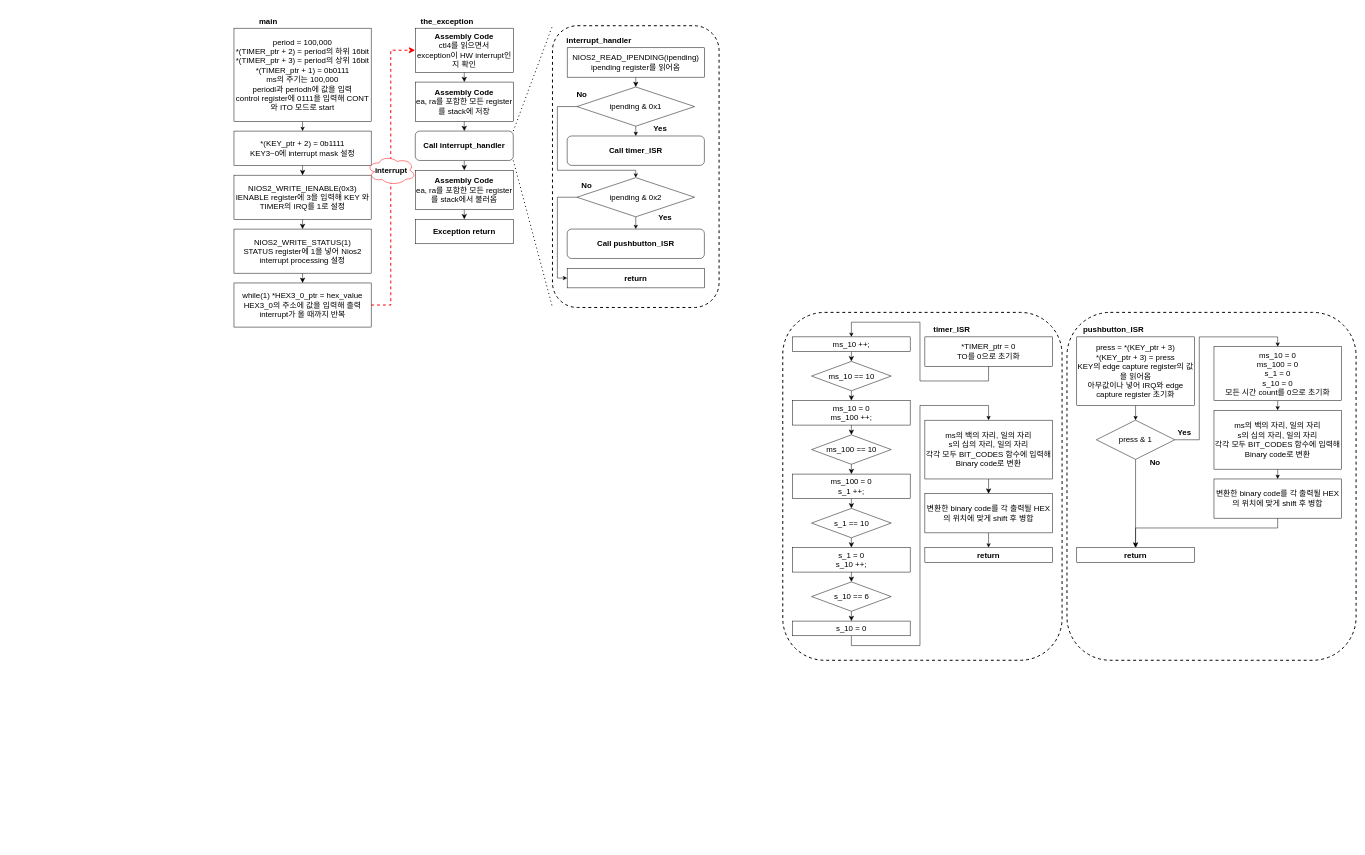
The draw.io diagram Lab7_prob.drawio in oerreo/HD_draw, before the edit. Source tidied: cells renumbered, new cells numbered last; positions are measured from the earlier drawing's top-left corner, leaving out a move shared by most shapes. Both pictures are drawn from the tidied source at 49%, with x=0, y=0 at pixel (234, 13).
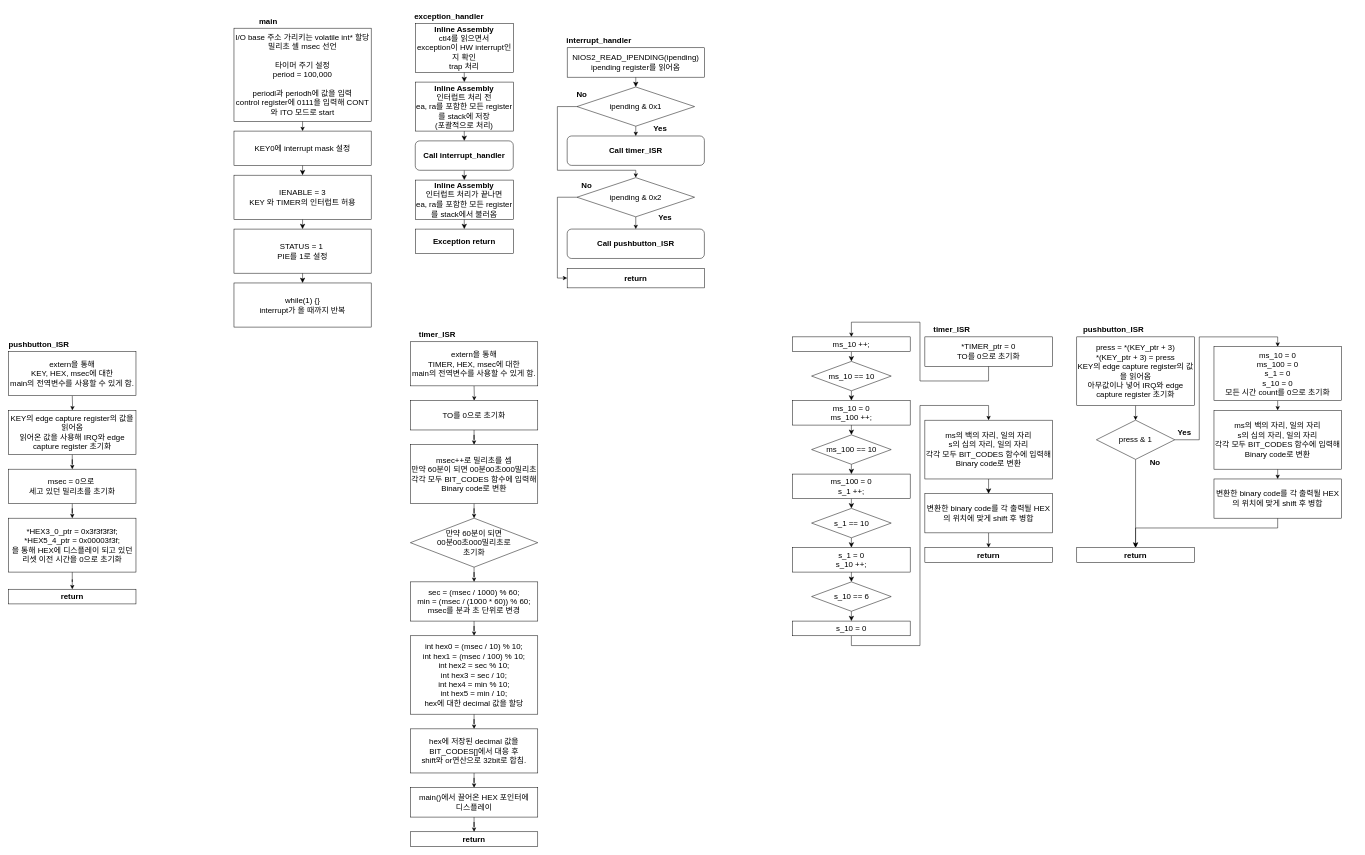
The same diagram, later.

Diff of the diagram source:
```diff
@@
-    <mxCell id="4" value="*(KEY_ptr + 2) = 0b1111&lt;br&gt;&lt;font&gt;KEY3~0에 interrupt mask 설정&lt;/font&gt;" style="rounded=0;whiteSpace=wrap;html=1;fontSize=16;fontColor=#000000;" parent="1" vertex="1">
+    <mxCell id="4" value="&lt;font&gt;KEY0에 interrupt mask 설정&lt;/font&gt;" style="rounded=0;whiteSpace=wrap;html=1;fontSize=16;fontColor=#000000;" parent="1" vertex="1">
       <mxGeometry y="240" width="280" height="70" as="geometry" />
     </mxCell>
@@
-    <mxCell id="6" value="NIOS2_WRITE_IENABLE(0x3)&lt;br&gt;&lt;font style=&quot;&quot;&gt;IENABLE register에 3을 입력해 KEY 와 TIMER의 IRQ를 1로 설정&lt;/font&gt;" style="rounded=0;whiteSpace=wrap;html=1;fontSize=16;fontColor=#000000;" parent="1" vertex="1">
+    <mxCell id="6" value="&lt;font style=&quot;&quot;&gt;IENABLE = 3&lt;/font&gt;&lt;div&gt;&lt;font style=&quot;&quot;&gt;KEY 와 TIMER의 인터럽트 허용&lt;/font&gt;&lt;/div&gt;" style="rounded=0;whiteSpace=wrap;html=1;fontSize=16;fontColor=#000000;" parent="1" vertex="1">
       <mxGeometry y="330" width="280" height="90" as="geometry" />
     </mxCell>
@@
-    <mxCell id="8" value="NIOS2_WRITE_STATUS(1)&lt;br&gt;&lt;font&gt;STATUS register에 1을 넣어 Nios2 interrupt processing 설정&lt;/font&gt;" style="rounded=0;whiteSpace=wrap;html=1;fontSize=16;fontColor=#000000;" parent="1" vertex="1">
+    <mxCell id="8" value="&lt;font&gt;STATUS = 1&amp;nbsp;&lt;/font&gt;&lt;div&gt;&lt;font&gt;PIE를 1로 설정&lt;/font&gt;&lt;/div&gt;" style="rounded=0;whiteSpace=wrap;html=1;fontSize=16;fontColor=#000000;" parent="1" vertex="1">
       <mxGeometry y="440" width="280" height="90" as="geometry" />
     </mxCell>
-    <mxCell id="9" style="edgeStyle=none;shape=connector;rounded=0;jettySize=auto;html=1;exitX=1;exitY=0.5;exitDx=0;exitDy=0;entryX=0;entryY=0.5;entryDx=0;entryDy=0;labelBackgroundColor=default;strokeColor=#FF0000;align=center;verticalAlign=middle;fontFamily=Helvetica;fontSize=12;fontColor=default;endArrow=classic;startSize=8;endSize=8;strokeWidth=2;dashed=1;" parent="1" edge="1" source="10" target="12">
-      <mxGeometry relative="1" as="geometry">
-        <Array as="points">
-          <mxPoint x="320" y="595" />
-          <mxPoint x="320" y="75" />
-        </Array>
-      </mxGeometry>
-    </mxCell>
-    <mxCell id="10" value="while(1) *HEX3_0_ptr = hex_value&lt;br&gt;&lt;font&gt;HEX3_0의 주소에 값을 입력해 출력&lt;br&gt;interrupt가 올 때까지 반복&lt;/font&gt;" style="rounded=0;whiteSpace=wrap;html=1;fontSize=16;fontColor=#000000;" parent="1" vertex="1">
+    <mxCell id="10" value="while(1) {}&lt;font&gt;&lt;br&gt;interrupt가 올 때까지 반복&lt;/font&gt;" style="rounded=0;whiteSpace=wrap;html=1;fontSize=16;fontColor=#000000;" parent="1" vertex="1">
       <mxGeometry y="550" width="280" height="90" as="geometry" />
     </mxCell>
@@
-    <mxCell id="12" value="&lt;b&gt;Assembly Code&lt;/b&gt;&lt;br&gt;&lt;font&gt;ctl4를 읽으면서 &lt;br&gt;exception이 HW interrupt인지 확인&lt;/font&gt;" style="rounded=0;whiteSpace=wrap;html=1;fontSize=16;fontColor=#000000;" parent="1" vertex="1">
-      <mxGeometry x="370" y="30" width="200" height="90" as="geometry" />
+    <mxCell id="12" value="&lt;b&gt;Inline Assembly&lt;/b&gt;&lt;br&gt;&lt;font&gt;ctl4를 읽으면서 &lt;br&gt;exception이 HW interrupt인지 확인&lt;br&gt;trap 처리&lt;/font&gt;" style="rounded=0;whiteSpace=wrap;html=1;fontSize=16;fontColor=#000000;" parent="1" vertex="1">
+      <mxGeometry x="370" y="20" width="200" height="100" as="geometry" />
     </mxCell>
-    <mxCell id="13" value="the_exception" style="text;html=1;strokeColor=none;fillColor=none;align=center;verticalAlign=middle;whiteSpace=wrap;rounded=0;fontSize=16;fontStyle=1;" parent="1" vertex="1">
-      <mxGeometry x="370" width="130" height="30" as="geometry" />
+    <mxCell id="13" value="exception_handler" style="text;html=1;strokeColor=none;fillColor=none;align=center;verticalAlign=middle;whiteSpace=wrap;rounded=0;fontSize=16;fontStyle=1;" parent="1" vertex="1">
+      <mxGeometry x="374" y="-10" width="130" height="30" as="geometry" />
     </mxCell>
@@
-    <mxCell id="15" value="&lt;b&gt;Assembly Code&lt;/b&gt;&lt;br&gt;&lt;font&gt;ea, ra를 포함한 모든 register를 stack에 저장&lt;/font&gt;" style="rounded=0;whiteSpace=wrap;html=1;fontSize=16;fontColor=#000000;" parent="1" vertex="1">
-      <mxGeometry x="370" y="140" width="200" height="80" as="geometry" />
+    <mxCell id="15" value="&lt;b&gt;Inline Assembly&lt;/b&gt;&lt;div&gt;인터럽트 처리 전&lt;br&gt;&lt;font&gt;ea, ra를 포함한 모든 register를 stack에 저장&lt;/font&gt;&lt;div&gt;(포괄적으로 처리)&lt;/div&gt;&lt;/div&gt;" style="rounded=0;whiteSpace=wrap;html=1;fontSize=16;fontColor=#000000;" parent="1" vertex="1">
+      <mxGeometry x="370" y="140" width="200" height="100" as="geometry" />
     </mxCell>
@@
     <mxCell id="17" value="Call interrupt_handler" style="rounded=1;whiteSpace=wrap;html=1;fontSize=16;fontStyle=1;" parent="1" vertex="1">
-      <mxGeometry x="370" y="240" width="200" height="60" as="geometry" />
+      <mxGeometry x="370" y="260" width="200" height="60" as="geometry" />
     </mxCell>
@@
-    <mxCell id="19" value="&lt;b&gt;Assembly Code&lt;/b&gt;&lt;br&gt;&lt;font&gt;ea, ra를 포함한 모든 register를 stack에서 불러옴&lt;/font&gt;" style="rounded=0;whiteSpace=wrap;html=1;fontSize=16;fontColor=#000000;" parent="1" vertex="1">
-      <mxGeometry x="370" y="320" width="200" height="80" as="geometry" />
+    <mxCell id="19" value="&lt;b&gt;Inline Assembly&lt;/b&gt;&lt;div&gt;인터럽트 처리가 끝나면&lt;br&gt;&lt;font&gt;ea, ra를 포함한 모든 register를 stack에서 불러옴&lt;/font&gt;&lt;/div&gt;" style="rounded=0;whiteSpace=wrap;html=1;fontSize=16;fontColor=#000000;" parent="1" vertex="1">
+      <mxGeometry x="370" y="340" width="200" height="80" as="geometry" />
     </mxCell>
     <mxCell id="20" value="&lt;b&gt;Exception return&lt;/b&gt;" style="rounded=0;whiteSpace=wrap;html=1;fontSize=16;" parent="1" vertex="1">
-      <mxGeometry x="370" y="420" width="200" height="50" as="geometry" />
+      <mxGeometry x="370" y="440" width="200" height="50" as="geometry" />
     </mxCell>
@@
-    <mxCell id="31" value="interrupt" style="ellipse;shape=cloud;whiteSpace=wrap;html=1;strokeColor=#FF0000;align=center;verticalAlign=middle;fontFamily=Helvetica;fontSize=16;fontColor=default;fillColor=default;fontStyle=1;" parent="1" vertex="1">
-      <mxGeometry x="271" y="290" width="100" height="60" as="geometry" />
-    </mxCell>
-    <mxCell id="32" style="endArrow=none;dashed=1;html=1;dashPattern=1 3;strokeWidth=2;rounded=0;labelBackgroundColor=default;strokeColor=default;align=center;verticalAlign=middle;fontFamily=Helvetica;fontSize=12;fontColor=default;startSize=8;endSize=8;shape=connector;exitX=1;exitY=0;exitDx=0;exitDy=0;entryX=0;entryY=0;entryDx=0;entryDy=0;" parent="1" edge="1" source="17" target="42">
-      <mxGeometry relative="1" as="geometry" />
-    </mxCell>
-    <mxCell id="33" style="endArrow=none;dashed=1;html=1;dashPattern=1 3;strokeWidth=2;rounded=0;labelBackgroundColor=default;strokeColor=default;align=center;verticalAlign=middle;fontFamily=Helvetica;fontSize=12;fontColor=default;startSize=8;endSize=8;shape=connector;exitX=1;exitY=1;exitDx=0;exitDy=0;entryX=0;entryY=1;entryDx=0;entryDy=0;" parent="1" edge="1" source="17" target="42">
-      <mxGeometry relative="1" as="geometry" />
-    </mxCell>
@@
-    <mxCell id="35" value="period = 100,000&lt;br&gt;*(TIMER_ptr + 2) = period의 하위 16bit&lt;br&gt;*(TIMER_ptr + 3) = period의 상위 16bit&lt;br&gt;*(TIMER_ptr + 1) = 0b0111&lt;br&gt;ms의 주기는 100,000&lt;br&gt;periodl과 periodh에 값을 입력&lt;br&gt;control register에 0111을 입력해 CONT와 ITO 모드로 start" style="rounded=0;whiteSpace=wrap;html=1;fontSize=16;fontColor=#000000;" parent="1" vertex="1">
+    <mxCell id="35" value="&lt;div&gt;I/O base 주소 가리키는 volatile int* 할당&lt;/div&gt;&lt;div&gt;밀리초 셀 msec 선언&lt;/div&gt;&lt;div&gt;&lt;br&gt;&lt;/div&gt;타이머 주기 설정&lt;div&gt;period = 100,000&lt;br&gt;&lt;br&gt;periodl과 periodh에 값을 입력&lt;br&gt;control register에 0111을 입력해 CONT와 ITO 모드로 start&lt;/div&gt;" style="rounded=0;whiteSpace=wrap;html=1;fontSize=16;fontColor=#000000;" parent="1" vertex="1">
       <mxGeometry y="30" width="280" height="190" as="geometry" />
     </mxCell>
@@
-    <mxCell id="42" style="rounded=1;whiteSpace=wrap;html=1;dashed=1;strokeWidth=2;fillColor=none;" parent="1" vertex="1">
-      <mxGeometry x="650" y="25" width="340" height="575" as="geometry" />
-    </mxCell>
@@
-    <mxCell id="84" style="rounded=1;whiteSpace=wrap;html=1;fillColor=none;dashed=1;strokeWidth=2;" parent="1" vertex="1">
-      <mxGeometry x="1120" y="610" width="570" height="710" as="geometry" />
-    </mxCell>
-    <mxCell id="85" style="rounded=1;whiteSpace=wrap;html=1;fillColor=none;dashed=1;strokeWidth=2;" parent="1" vertex="1">
-      <mxGeometry x="1700" y="610" width="590" height="710" as="geometry" />
-    </mxCell>
+    <mxCell id="86" value="timer_ISR" style="text;html=1;strokeColor=none;fillColor=none;align=center;verticalAlign=middle;whiteSpace=wrap;rounded=0;fontSize=16;fontStyle=1;" parent="1" vertex="1">
+      <mxGeometry x="360" y="640" width="110" height="30" as="geometry" />
+    </mxCell>
+    <mxCell id="87" style="edgeStyle=orthogonalEdgeStyle;rounded=0;jettySize=auto;html=1;" parent="1" edge="1" source="88" target="93">
+      <mxGeometry relative="1" as="geometry" />
+    </mxCell>
+    <mxCell id="88" value="TO를 0으로 초기화" style="rounded=0;whiteSpace=wrap;html=1;strokeColor=default;align=center;verticalAlign=middle;fontFamily=Helvetica;fontSize=16;fontColor=default;fillColor=default;" parent="1" vertex="1">
+      <mxGeometry x="360" y="790" width="260" height="60" as="geometry" />
+    </mxCell>
+    <mxCell id="89" value="return" style="rounded=0;whiteSpace=wrap;html=1;strokeColor=default;align=center;verticalAlign=middle;fontFamily=Helvetica;fontSize=16;fontColor=default;fillColor=default;fontStyle=1;" parent="1" vertex="1">
+      <mxGeometry x="360" y="1670" width="260" height="30" as="geometry" />
+    </mxCell>
+    <mxCell id="90" style="edgeStyle=orthogonalEdgeStyle;rounded=0;jettySize=auto;html=1;" parent="1" edge="1" source="91" target="97">
+      <mxGeometry relative="1" as="geometry" />
+    </mxCell>
+    <mxCell id="91" value="sec = (msec / 1000) % 60;&lt;br&gt;min = (msec / (1000 * 60)) % 60;&lt;div&gt;msec를 분과 초 단위로 변경&lt;/div&gt;" style="rounded=0;whiteSpace=wrap;html=1;strokeColor=default;align=center;verticalAlign=middle;fontFamily=Helvetica;fontSize=16;fontColor=default;fillColor=default;" parent="1" vertex="1">
+      <mxGeometry x="360" y="1160" width="260" height="80" as="geometry" />
+    </mxCell>
+    <mxCell id="92" style="edgeStyle=orthogonalEdgeStyle;rounded=0;jettySize=auto;html=1;" parent="1" edge="1" source="93" target="95">
+      <mxGeometry relative="1" as="geometry" />
+    </mxCell>
+    <mxCell id="93" value="msec++로 밀리초를 셈&lt;br&gt;만약 60분이 되면 00분00초000밀리초&lt;br&gt;각각 모두 BIT_CODES 함수에 입력해 Binary code로 변환" style="rounded=0;whiteSpace=wrap;html=1;strokeColor=default;align=center;verticalAlign=middle;fontFamily=Helvetica;fontSize=16;fontColor=default;fillColor=default;" parent="1" vertex="1">
+      <mxGeometry x="360" y="880" width="260" height="120" as="geometry" />
+    </mxCell>
+    <mxCell id="94" style="edgeStyle=orthogonalEdgeStyle;rounded=0;jettySize=auto;html=1;" parent="1" edge="1" source="95" target="91">
+      <mxGeometry relative="1" as="geometry" />
+    </mxCell>
+    <mxCell id="95" value="만약 60분이 되면&lt;div&gt;00분00초000밀리초로&lt;/div&gt;&lt;div&gt;초기화&lt;/div&gt;" style="rhombus;whiteSpace=wrap;html=1;fontSize=16;rounded=0;" parent="1" vertex="1">
+      <mxGeometry x="360" y="1030" width="260" height="100" as="geometry" />
+    </mxCell>
+    <mxCell id="96" style="edgeStyle=orthogonalEdgeStyle;rounded=0;jettySize=auto;html=1;" parent="1" edge="1" source="97" target="99">
+      <mxGeometry relative="1" as="geometry" />
+    </mxCell>
+    <mxCell id="97" value="int hex0 = (msec / 10) % 10;&lt;div&gt;int hex1 = (msec / 100) % 10;&lt;/div&gt;&lt;div&gt;int hex2 = sec % 10;&lt;/div&gt;&lt;div&gt;int hex3 = sec / 10;&lt;/div&gt;&lt;div&gt;int hex4 = min % 10;&lt;/div&gt;&lt;div&gt;int hex5 = min / 10;&lt;/div&gt;&lt;div&gt;hex에 대한 decimal 값을 할당&lt;/div&gt;" style="whiteSpace=wrap;html=1;fontSize=16;rounded=0;" parent="1" vertex="1">
+      <mxGeometry x="360" y="1270" width="260" height="160" as="geometry" />
+    </mxCell>
+    <mxCell id="98" style="edgeStyle=orthogonalEdgeStyle;rounded=0;jettySize=auto;html=1;" parent="1" edge="1" source="99" target="101">
+      <mxGeometry relative="1" as="geometry" />
+    </mxCell>
+    <mxCell id="99" value="hex에 저장된 decimal 값을&lt;div&gt;BIT_CODES[]에서 대응 후&lt;/div&gt;&lt;div&gt;shift와 or연산으로 32bit로 합침.&lt;/div&gt;" style="whiteSpace=wrap;html=1;fontSize=16;rounded=0;" parent="1" vertex="1">
+      <mxGeometry x="360" y="1460" width="260" height="90" as="geometry" />
+    </mxCell>
+    <mxCell id="100" style="edgeStyle=orthogonalEdgeStyle;rounded=0;jettySize=auto;html=1;" parent="1" edge="1" source="101" target="89">
+      <mxGeometry relative="1" as="geometry" />
+    </mxCell>
+    <mxCell id="101" value="main()에서 끌어온 HEX 포인터에&lt;div&gt;디스플레이&lt;/div&gt;" style="whiteSpace=wrap;html=1;fontSize=16;rounded=0;" parent="1" vertex="1">
+      <mxGeometry x="360" y="1580" width="260" height="60" as="geometry" />
+    </mxCell>
+    <mxCell id="102" style="edgeStyle=orthogonalEdgeStyle;rounded=0;jettySize=auto;html=1;" parent="1" edge="1" target="88">
+      <mxGeometry relative="1" as="geometry">
+        <mxPoint x="490" y="760" as="sourcePoint" />
+      </mxGeometry>
+    </mxCell>
+    <mxCell id="103" value="&lt;font style=&quot;font-size: 16px;&quot;&gt;extern을 통해&lt;/font&gt;&lt;div&gt;&lt;span style=&quot;font-size: 16px;&quot;&gt;TIMER, HEX, msec에 대한&lt;/span&gt;&lt;/div&gt;&lt;div&gt;&lt;span style=&quot;font-size: 16px;&quot;&gt;main의 전역변수를 사용할 수 있게 함.&lt;/span&gt;&lt;/div&gt;" style="whiteSpace=wrap;html=1;" parent="1" vertex="1">
+      <mxGeometry x="360" y="670" width="260" height="90" as="geometry" />
+    </mxCell>
+    <mxCell id="104" value="pushbutton_ISR" style="text;html=1;strokeColor=none;fillColor=none;align=center;verticalAlign=middle;whiteSpace=wrap;rounded=0;fontSize=16;fontStyle=1;" parent="1" vertex="1">
+      <mxGeometry x="-453" y="660" width="110" height="30" as="geometry" />
+    </mxCell>
+    <mxCell id="105" style="edgeStyle=orthogonalEdgeStyle;rounded=0;jettySize=auto;html=1;" parent="1" edge="1" source="106" target="109">
+      <mxGeometry relative="1" as="geometry" />
+    </mxCell>
+    <mxCell id="106" value="KEY의 edge capture register의 값을 읽어옴&lt;br&gt;읽어온 값을 사용해 IRQ와 edge capture register 초기화" style="rounded=0;whiteSpace=wrap;html=1;strokeColor=default;align=center;verticalAlign=middle;fontFamily=Helvetica;fontSize=16;fontColor=default;fillColor=default;" parent="1" vertex="1">
+      <mxGeometry x="-460" y="810" width="260" height="90" as="geometry" />
+    </mxCell>
+    <mxCell id="107" value="return" style="rounded=0;whiteSpace=wrap;html=1;strokeColor=default;align=center;verticalAlign=middle;fontFamily=Helvetica;fontSize=16;fontColor=default;fillColor=default;fontStyle=1;" parent="1" vertex="1">
+      <mxGeometry x="-460" y="1175" width="260" height="30" as="geometry" />
+    </mxCell>
+    <mxCell id="108" style="edgeStyle=orthogonalEdgeStyle;rounded=0;jettySize=auto;html=1;" parent="1" edge="1" source="109" target="111">
+      <mxGeometry relative="1" as="geometry" />
+    </mxCell>
+    <mxCell id="109" value="msec = 0으로&amp;nbsp;&lt;div&gt;세고 있던 밀리초를 초기화&lt;/div&gt;" style="rounded=0;whiteSpace=wrap;html=1;strokeColor=default;align=center;verticalAlign=middle;fontFamily=Helvetica;fontSize=16;fontColor=default;fillColor=default;" parent="1" vertex="1">
+      <mxGeometry x="-460" y="930" width="260" height="70" as="geometry" />
+    </mxCell>
+    <mxCell id="110" style="edgeStyle=orthogonalEdgeStyle;rounded=0;jettySize=auto;html=1;" parent="1" edge="1" source="111" target="107">
+      <mxGeometry relative="1" as="geometry" />
+    </mxCell>
+    <mxCell id="111" value="*HEX3_0_ptr = 0x3f3f3f3f;&lt;div&gt;*HEX5_4_ptr = 0x00003f3f;&lt;/div&gt;&lt;div&gt;을 통해 HEX에 디스플레이 되고 있던&lt;/div&gt;&lt;div&gt;리셋 이전 시간을 0으로 초기화&lt;/div&gt;" style="whiteSpace=wrap;html=1;fontSize=16;rounded=0;" parent="1" vertex="1">
+      <mxGeometry x="-460" y="1030" width="260" height="110" as="geometry" />
+    </mxCell>
+    <mxCell id="112" style="edgeStyle=orthogonalEdgeStyle;rounded=0;jettySize=auto;html=1;" parent="1" edge="1" target="106">
+      <mxGeometry relative="1" as="geometry">
+        <mxPoint x="-330" y="780" as="sourcePoint" />
+      </mxGeometry>
+    </mxCell>
+    <mxCell id="113" value="&lt;font style=&quot;font-size: 16px;&quot;&gt;extern을 통해&lt;/font&gt;&lt;div&gt;&lt;span style=&quot;font-size: 16px;&quot;&gt;KEY, HEX, msec에 대한&lt;/span&gt;&lt;/div&gt;&lt;div&gt;&lt;span style=&quot;font-size: 16px;&quot;&gt;main의 전역변수를 사용할 수 있게 함.&lt;/span&gt;&lt;/div&gt;" style="whiteSpace=wrap;html=1;" parent="1" vertex="1">
+      <mxGeometry x="-460" y="690" width="260" height="90" as="geometry" />
+    </mxCell>
```
